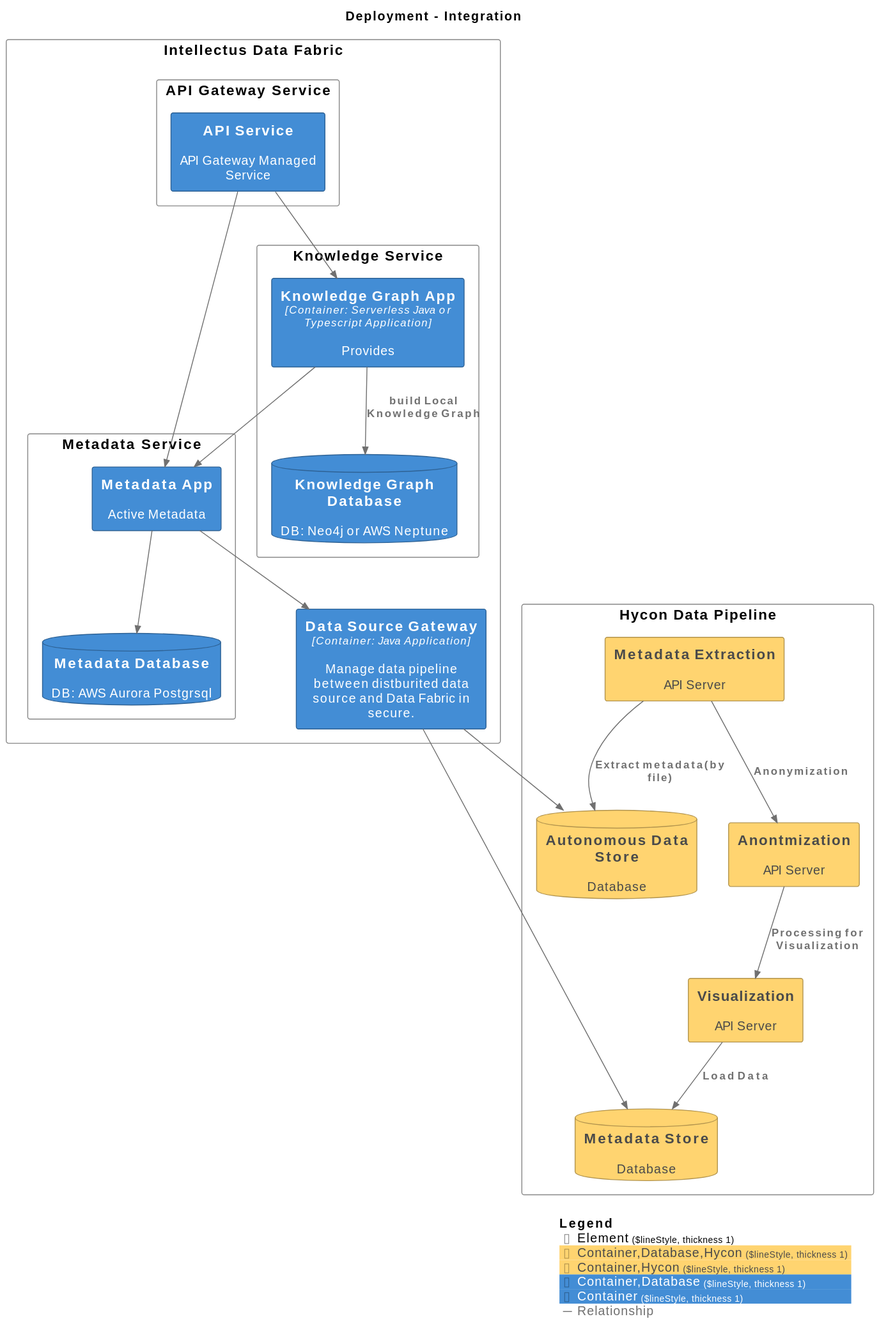
Above: master/svg/HeighLevelDesign.svg in IntellectusCorp/data-fabric-docs (PlantUML), before the change. Its source is kept beside it as master/puml/HeighLevelDesign.puml.
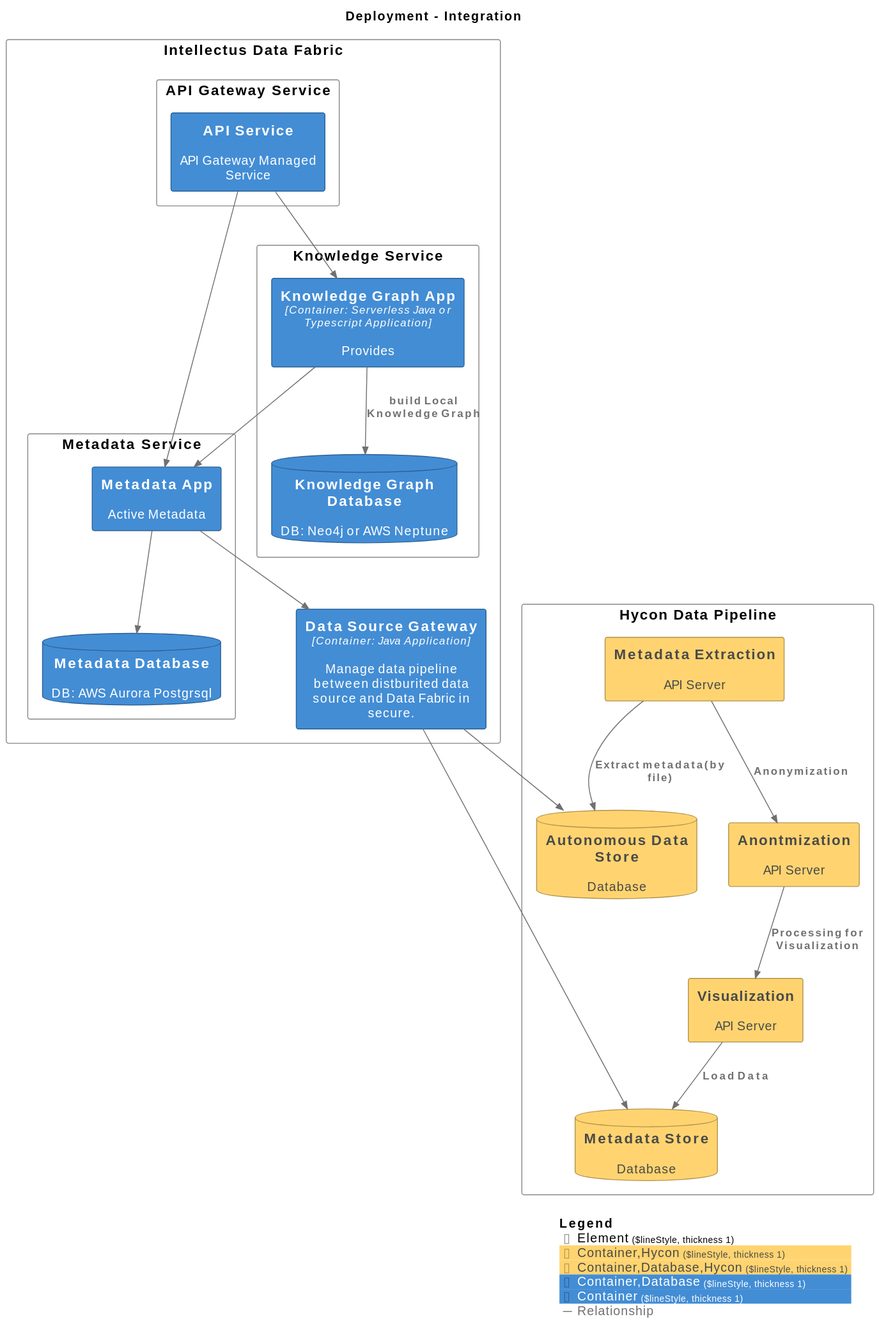
Above is the later version.

What changed in the source:
```diff
@@ -10,8 +10,8 @@
 !include <C4/C4_Deployment>
 
 AddElementTag("Element", $bgColor="#ffffff", $borderColor="#888888", $fontColor="#000000", $sprite="", $shadowing="", $borderStyle="Solid", $borderThickness="1")
+AddElementTag("Container,Hycon", $bgColor="#ffd470", $borderColor="#b2944e", $fontColor="#4a4a4a", $sprite="", $shadowing="", $borderStyle="Solid", $borderThickness="1")
 AddElementTag("Container,Database,Hycon", $bgColor="#ffd470", $borderColor="#b2944e", $fontColor="#4a4a4a", $sprite="", $shadowing="", $borderStyle="Solid", $borderThickness="1")
-AddElementTag("Container,Hycon", $bgColor="#ffd470", $borderColor="#b2944e", $fontColor="#4a4a4a", $sprite="", $shadowing="", $borderStyle="Solid", $borderThickness="1")
 AddElementTag("Container,Database", $bgColor="#438dd5", $borderColor="#2e6295", $fontColor="#ffffff", $sprite="", $shadowing="", $borderStyle="Solid", $borderThickness="1")
 AddElementTag("Container", $bgColor="#438dd5", $borderColor="#2e6295", $fontColor="#ffffff", $sprite="", $shadowing="", $borderStyle="Solid", $borderThickness="1")
 
@@ -43,18 +43,18 @@
 
 }
 
+Rel(Integration.IntellectusDataFabric.APIGatewayService.APIService_1, Integration.IntellectusDataFabric.MetadataService.MetadataApp_1, "", $techn="", $tags="Relationship", $link="")
 Rel(Integration.HyconDataPipeline.MetadataExtraction_1, Integration.HyconDataPipeline.AutonomousDataStore_1, "Extract metadata(by file)", $techn="", $tags="Relationship", $link="")
 Rel(Integration.HyconDataPipeline.MetadataExtraction_1, Integration.HyconDataPipeline.Anontmization_1, "Anonymization", $techn="", $tags="Relationship", $link="")
 Rel(Integration.HyconDataPipeline.Anontmization_1, Integration.HyconDataPipeline.Visualization_1, "Processing for Visualization", $techn="", $tags="Relationship", $link="")
 Rel(Integration.HyconDataPipeline.Visualization_1, Integration.HyconDataPipeline.MetadataStore_1, "Load Data", $techn="", $tags="Relationship", $link="")
+Rel(Integration.IntellectusDataFabric.DataSourceGateway_1, Integration.HyconDataPipeline.AutonomousDataStore_1, "", $techn="", $tags="Relationship", $link="")
 Rel(Integration.IntellectusDataFabric.DataSourceGateway_1, Integration.HyconDataPipeline.MetadataStore_1, "", $techn="", $tags="Relationship", $link="")
-Rel(Integration.IntellectusDataFabric.DataSourceGateway_1, Integration.HyconDataPipeline.AutonomousDataStore_1, "", $techn="", $tags="Relationship", $link="")
 Rel(Integration.IntellectusDataFabric.MetadataService.MetadataApp_1, Integration.IntellectusDataFabric.DataSourceGateway_1, "", $techn="", $tags="Relationship", $link="")
 Rel(Integration.IntellectusDataFabric.MetadataService.MetadataApp_1, Integration.IntellectusDataFabric.MetadataService.MetadataDatabase_1, "", $techn="", $tags="Relationship", $link="")
 Rel(Integration.IntellectusDataFabric.KnowledgeService.KnowledgeGraphApp_1, Integration.IntellectusDataFabric.MetadataService.MetadataApp_1, "", $techn="", $tags="Relationship", $link="")
 Rel(Integration.IntellectusDataFabric.KnowledgeService.KnowledgeGraphApp_1, Integration.IntellectusDataFabric.KnowledgeService.KnowledgeGraphDatabase_1, "build Local Knowledge Graph", $techn="", $tags="Relationship", $link="")
 Rel(Integration.IntellectusDataFabric.APIGatewayService.APIService_1, Integration.IntellectusDataFabric.KnowledgeService.KnowledgeGraphApp_1, "", $techn="", $tags="Relationship", $link="")
-Rel(Integration.IntellectusDataFabric.APIGatewayService.APIService_1, Integration.IntellectusDataFabric.MetadataService.MetadataApp_1, "", $techn="", $tags="Relationship", $link="")
 
 SHOW_LEGEND(true)
 @enduml
```
